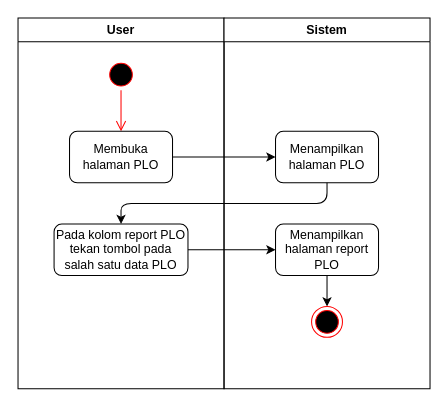
Earlier version of the draw.io diagram PLO/reportPLO.drawio (rismanrhz/idms). Source tidied: cells renumbered, new cells numbered last; positions are measured from the earlier drawing's top-left corner, leaving out a move shared by most shapes. Both pictures are drawn from the tidied source at 103%, with x=0, y=0 at pixel (18, 18).
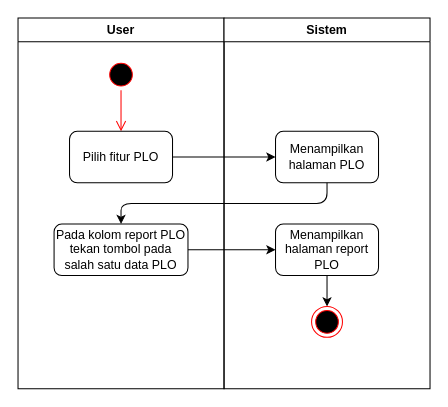
Above is the later version.

What changed in the source:
```diff
@@
 <mxGraphModel>
   <root>
     <mxCell id="0" />
     <mxCell id="1" parent="0" />
     <mxCell id="2" value="User" style="swimlane;whiteSpace=wrap;html=1;startSize=23;" parent="1" vertex="1">
       <mxGeometry width="200" height="360" as="geometry" />
     </mxCell>
     <mxCell id="3" style="ellipse;html=1;shape=startState;fillColor=#000000;strokeColor=#ff0000;" parent="2" vertex="1">
       <mxGeometry x="85" y="40" width="30" height="30" as="geometry" />
     </mxCell>
     <mxCell id="4" style="edgeStyle=orthogonalEdgeStyle;html=1;verticalAlign=bottom;endArrow=open;endSize=8;strokeColor=#ff0000;entryX=0.5;entryY=0;entryDx=0;entryDy=0;" parent="2" edge="1" source="3" target="5">
       <mxGeometry relative="1" as="geometry" />
     </mxCell>
-    <mxCell id="5" value="Membuka halaman PLO" style="rounded=1;whiteSpace=wrap;html=1;" parent="2" vertex="1">
+    <mxCell id="5" value="Pilih fitur PLO" style="rounded=1;whiteSpace=wrap;html=1;" parent="2" vertex="1">
       <mxGeometry x="50" y="110" width="100" height="50" as="geometry" />
     </mxCell>
     <mxCell id="6" value="Pada kolom report PLO tekan tombol pada salah satu data PLO" style="rounded=1;whiteSpace=wrap;html=1;" parent="2" vertex="1">
       <mxGeometry x="35" y="200" width="130" height="50" as="geometry" />
     </mxCell>
     <mxCell id="7" value="Sistem" style="swimlane;whiteSpace=wrap;html=1;" parent="1" vertex="1">
       <mxGeometry x="200" width="200" height="360" as="geometry" />
     </mxCell>
     <mxCell id="8" value="Menampilkan halaman PLO" style="rounded=1;whiteSpace=wrap;html=1;" parent="7" vertex="1">
       <mxGeometry x="50" y="110" width="100" height="50" as="geometry" />
     </mxCell>
     <mxCell id="9" style="edgeStyle=none;html=1;entryX=0.5;entryY=0;entryDx=0;entryDy=0;" parent="7" edge="1" source="10" target="11">
       <mxGeometry relative="1" as="geometry" />
     </mxCell>
     <mxCell id="10" value="Menampilkan halaman report PLO" style="rounded=1;whiteSpace=wrap;html=1;" parent="7" vertex="1">
       <mxGeometry x="50" y="200" width="100" height="50" as="geometry" />
     </mxCell>
     <mxCell id="11" style="ellipse;html=1;shape=endState;fillColor=#000000;strokeColor=#ff0000;" parent="7" vertex="1">
       <mxGeometry x="85" y="280" width="30" height="30" as="geometry" />
     </mxCell>
     <mxCell id="12" style="edgeStyle=none;html=1;" parent="1" edge="1" source="5" target="8">
       <mxGeometry relative="1" as="geometry" />
     </mxCell>
     <mxCell id="13" style="edgeStyle=none;html=1;exitX=0.5;exitY=1;exitDx=0;exitDy=0;entryX=0.5;entryY=0;entryDx=0;entryDy=0;" parent="1" edge="1" source="8" target="6">
       <mxGeometry relative="1" as="geometry">
         <Array as="points">
           <mxPoint x="300" y="180" />
           <mxPoint x="100" y="180" />
         </Array>
       </mxGeometry>
     </mxCell>
     <mxCell id="14" style="edgeStyle=none;html=1;" parent="1" edge="1" source="6" target="10">
       <mxGeometry relative="1" as="geometry" />
     </mxCell>
   </root>
 </mxGraphModel>
```
